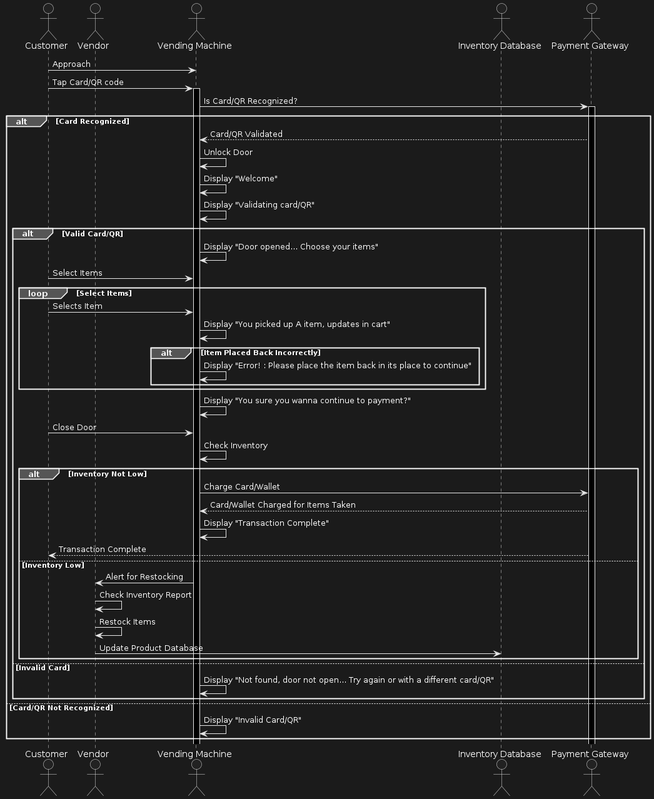
Before: Vending Machine app/working diagram[Plant uml]/sequence.png, a diagram exported from PlantUML (InfinixDubai/built-apps). The source it was exported from:
```plantuml
@startuml
actor Customer
actor Vendor
actor "Vending Machine" as VM
actor "Inventory Database" as DB
actor "Payment Gateway" as PG

Customer -> VM: Approach
Customer -> VM: Tap Card/QR code
activate VM
VM -> PG: Is Card/QR Recognized?
activate PG
alt Card Recognized
    PG --> VM: Card/QR Validated
    VM -> VM: Unlock Door
    VM -> VM: Display "Welcome"
    VM -> VM: Display "Validating card/QR"
    alt Valid Card/QR
        VM -> VM: Display "Door opened... Choose your items"
        Customer -> VM: Select Items
        loop Select Items
            Customer -> VM: Selects Item
            VM -> VM: Display "You picked up A item, updates in cart"
            alt Item Placed Back Incorrectly
                VM -> VM: Display "Error! : Please place the item back in its place to continue"
            end
        end

        VM -> VM: Display "You sure you wanna continue to payment?"
        Customer -> VM: Close Door
        VM -> VM: Check Inventory
        alt Inventory Not Low
            VM -> PG: Charge Card/Wallet
            PG --> VM: Card/Wallet Charged for Items Taken
            VM -> VM: Display "Transaction Complete"
            PG --> Customer: Transaction Complete
        else Inventory Low
            VM -> Vendor: Alert for Restocking
            Vendor -> Vendor: Check Inventory Report
            Vendor -> Vendor: Restock Items
            Vendor -> DB: Update Product Database
        end
    else Invalid Card
        VM -> VM: Display "Not found, door not open... Try again or with a different card/QR"
    end
else Card/QR Not Recognized
    VM -> VM: Display "Invalid Card/QR"
end
@enduml
```
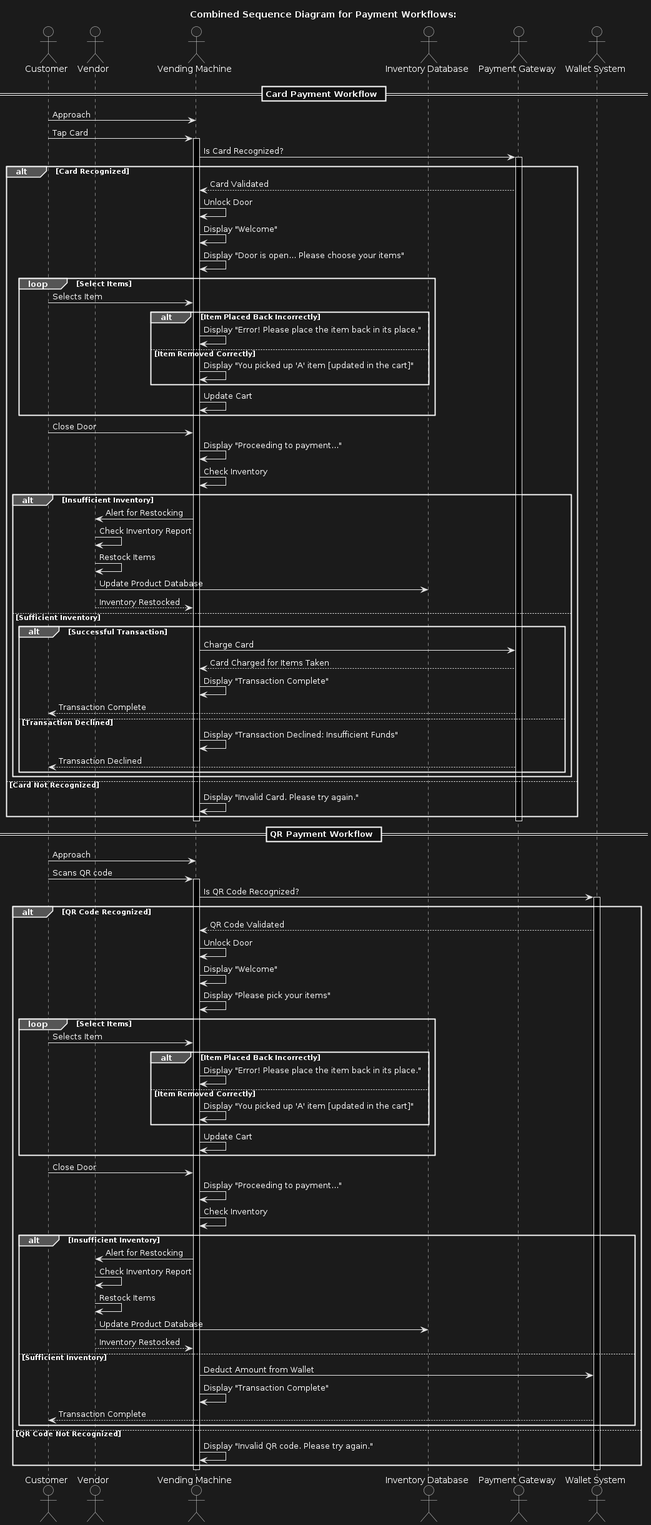
Later version of the same file.

Commit message:
docs: :art: another iteration of the diagrams

Change to the diagram source:
```diff
@@ -1,49 +1,100 @@
 @startuml
+title Combined Sequence Diagram for Payment Workflows:
+
 actor Customer
 actor Vendor
 actor "Vending Machine" as VM
 actor "Inventory Database" as DB
 actor "Payment Gateway" as PG
+actor "Wallet System" as WS
+
+== Card Payment Workflow ==
 
 Customer -> VM: Approach
-Customer -> VM: Tap Card/QR code
+Customer -> VM: Tap Card
 activate VM
-VM -> PG: Is Card/QR Recognized?
+VM -> PG: Is Card Recognized?
 activate PG
 alt Card Recognized
-    PG --> VM: Card/QR Validated
+    PG --> VM: Card Validated
     VM -> VM: Unlock Door
     VM -> VM: Display "Welcome"
-    VM -> VM: Display "Validating card/QR"
-    alt Valid Card/QR
-        VM -> VM: Display "Door opened... Choose your items"
-        Customer -> VM: Select Items
-        loop Select Items
-            Customer -> VM: Selects Item
-            VM -> VM: Display "You picked up A item, updates in cart"
-            alt Item Placed Back Incorrectly
-                VM -> VM: Display "Error! : Please place the item back in its place to continue"
-            end
+    VM -> VM: Display "Door is open... Please choose your items"
+    loop Select Items
+        Customer -> VM: Selects Item
+        alt Item Placed Back Incorrectly
+            VM -> VM: Display "Error! Please place the item back in its place."
+        else Item Removed Correctly
+            VM -> VM: Display "You picked up 'A' item [updated in the cart]"
         end
-
-        VM -> VM: Display "You sure you wanna continue to payment?"
-        Customer -> VM: Close Door
-        VM -> VM: Check Inventory
-        alt Inventory Not Low
-            VM -> PG: Charge Card/Wallet
-            PG --> VM: Card/Wallet Charged for Items Taken
+        VM -> VM: Update Cart
+    end
+    Customer -> VM: Close Door
+    VM -> VM: Display "Proceeding to payment..."
+    VM -> VM: Check Inventory
+    alt Insufficient Inventory
+        VM -> Vendor: Alert for Restocking
+        Vendor -> Vendor: Check Inventory Report
+        Vendor -> Vendor: Restock Items
+        Vendor -> DB: Update Product Database
+        Vendor --> VM: Inventory Restocked
+    else Sufficient Inventory
+        alt Successful Transaction
+            VM -> PG: Charge Card
+            PG --> VM: Card Charged for Items Taken
             VM -> VM: Display "Transaction Complete"
             PG --> Customer: Transaction Complete
-        else Inventory Low
-            VM -> Vendor: Alert for Restocking
-            Vendor -> Vendor: Check Inventory Report
-            Vendor -> Vendor: Restock Items
-            Vendor -> DB: Update Product Database
+        else Transaction Declined
+            VM -> VM: Display "Transaction Declined: Insufficient Funds"
+            PG --> Customer: Transaction Declined
         end
-    else Invalid Card
-        VM -> VM: Display "Not found, door not open... Try again or with a different card/QR"
     end
-else Card/QR Not Recognized
-    VM -> VM: Display "Invalid Card/QR"
+else Card Not Recognized
+    VM -> VM: Display "Invalid Card. Please try again."
 end
+
+deactivate VM
+deactivate PG
+
+== QR Payment Workflow ==
+
+Customer -> VM: Approach
+Customer -> VM: Scans QR code
+activate VM
+VM -> WS: Is QR Code Recognized?
+activate WS
+alt QR Code Recognized
+    WS --> VM: QR Code Validated
+    VM -> VM: Unlock Door
+    VM -> VM: Display "Welcome"
+    VM -> VM: Display "Please pick your items"
+    loop Select Items
+        Customer -> VM: Selects Item
+        alt Item Placed Back Incorrectly
+            VM -> VM: Display "Error! Please place the item back in its place."
+        else Item Removed Correctly
+            VM -> VM: Display "You picked up 'A' item [updated in the cart]"
+        end
+        VM -> VM: Update Cart
+    end
+    Customer -> VM: Close Door
+    VM -> VM: Display "Proceeding to payment..."
+    VM -> VM: Check Inventory
+    alt Insufficient Inventory
+        VM -> Vendor: Alert for Restocking
+        Vendor -> Vendor: Check Inventory Report
+        Vendor -> Vendor: Restock Items
+        Vendor -> DB: Update Product Database
+        Vendor --> VM: Inventory Restocked
+    else Sufficient Inventory
+        VM -> WS: Deduct Amount from Wallet
+        VM -> VM: Display "Transaction Complete"
+        WS --> Customer: Transaction Complete
+    end
+else QR Code Not Recognized
+    VM -> VM: Display "Invalid QR code. Please try again."
+end
+
+deactivate VM
+deactivate WS
 @enduml
```
